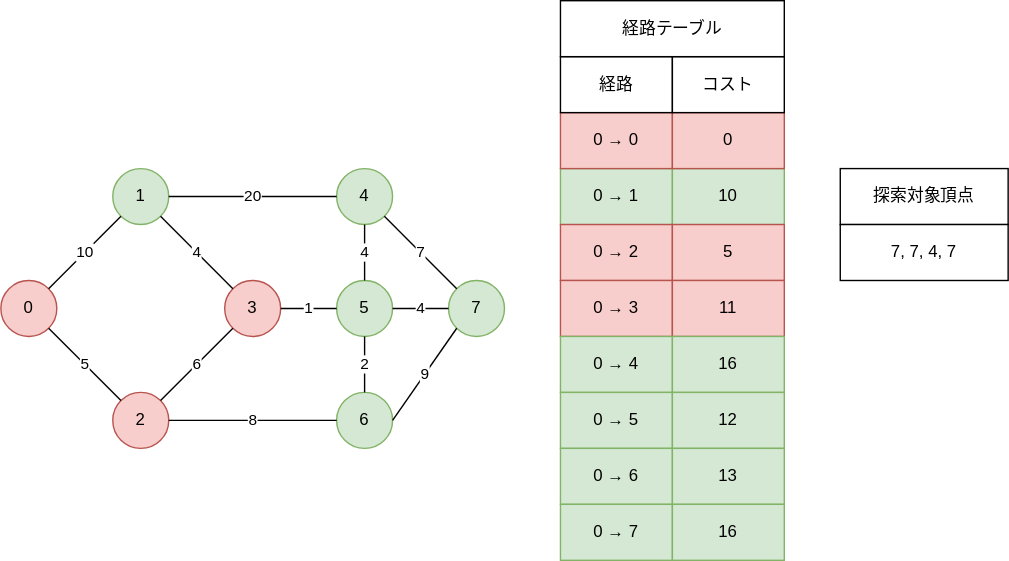
koseki2580/study-docs keeps this draw.io diagram as static/img/svg/Algorithm/dijkstra/dijkstra-10.drawio.svg. Above is the earlier version. Source tidied: cells renumbered, new cells last; positions are measured from the earlier drawing's top-left corner, leaving out a move shared by most shapes.
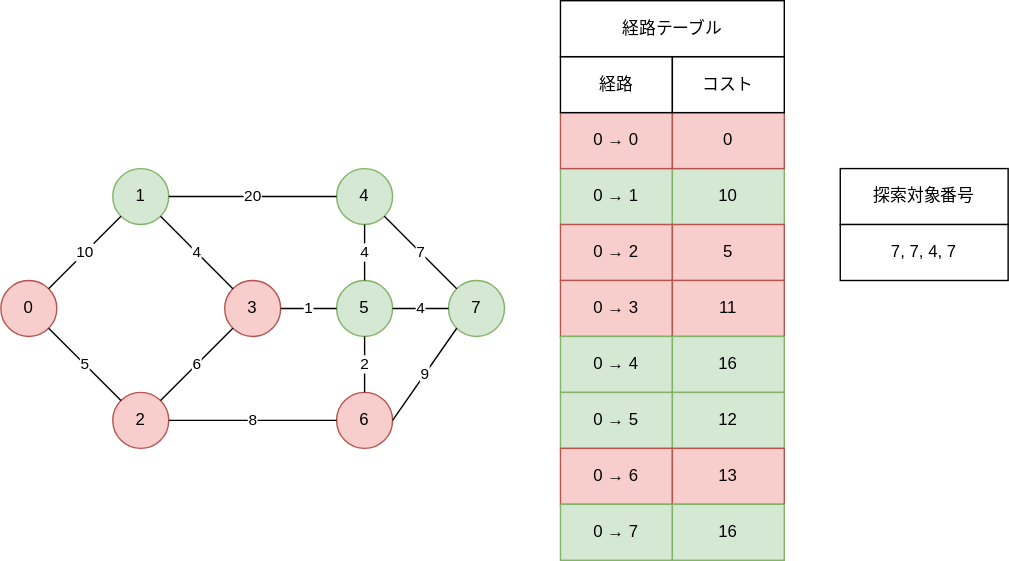
After the commit.

The edit, as a diff of the source:
```diff
@@ -14,7 +14,7 @@
     <mxCell id="5" value="3" style="ellipse;whiteSpace=wrap;html=1;fillColor=#f8cecc;strokeColor=#b85450;" parent="1" vertex="1">
       <mxGeometry x="160" y="200" width="40" height="40" as="geometry" />
     </mxCell>
-    <mxCell id="6" value="6" style="ellipse;whiteSpace=wrap;html=1;fillColor=#d5e8d4;strokeColor=#82b366;" parent="1" vertex="1">
+    <mxCell id="6" value="6" style="ellipse;whiteSpace=wrap;html=1;fillColor=#f8cecc;strokeColor=#b85450;" parent="1" vertex="1">
       <mxGeometry x="240" y="280" width="40" height="40" as="geometry" />
     </mxCell>
     <mxCell id="7" value="5" style="ellipse;whiteSpace=wrap;html=1;fillColor=#d5e8d4;strokeColor=#82b366;" parent="1" vertex="1">
@@ -92,10 +92,10 @@
     <mxCell id="31" value="12" style="rounded=0;whiteSpace=wrap;html=1;fillColor=#d5e8d4;strokeColor=#82b366;" parent="1" vertex="1">
       <mxGeometry x="480" y="280" width="80" height="40" as="geometry" />
     </mxCell>
-    <mxCell id="32" value="0 → 6" style="rounded=0;whiteSpace=wrap;html=1;fillColor=#d5e8d4;strokeColor=#82b366;" parent="1" vertex="1">
+    <mxCell id="32" value="0 → 6" style="rounded=0;whiteSpace=wrap;html=1;fillColor=#f8cecc;strokeColor=#b85450;" parent="1" vertex="1">
       <mxGeometry x="400" y="320" width="80" height="40" as="geometry" />
     </mxCell>
-    <mxCell id="33" value="13" style="rounded=0;whiteSpace=wrap;html=1;fillColor=#d5e8d4;strokeColor=#82b366;" parent="1" vertex="1">
+    <mxCell id="33" value="13" style="rounded=0;whiteSpace=wrap;html=1;fillColor=#f8cecc;strokeColor=#b85450;" parent="1" vertex="1">
       <mxGeometry x="480" y="320" width="80" height="40" as="geometry" />
     </mxCell>
     <mxCell id="34" value="0 → 7" style="rounded=0;whiteSpace=wrap;html=1;fillColor=#d5e8d4;strokeColor=#82b366;" parent="1" vertex="1">
```
